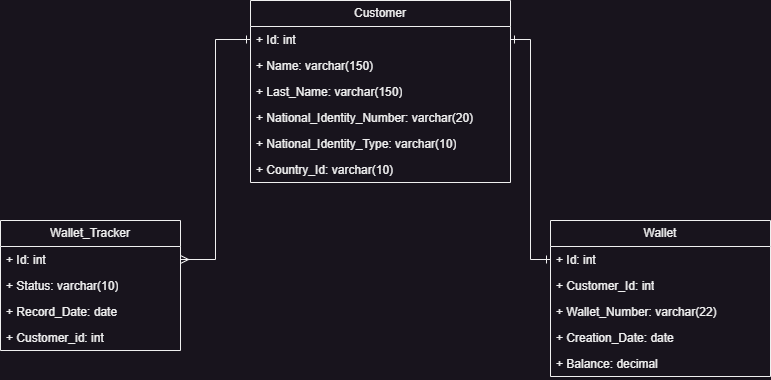
Earlier version of the draw.io export walletModel.drawio.png (Sabrina-Incinga/labora-wallet). Source tidied: cells renumbered, new cells last; positions are measured from the earlier drawing's top-left corner, leaving out a move shared by most shapes.
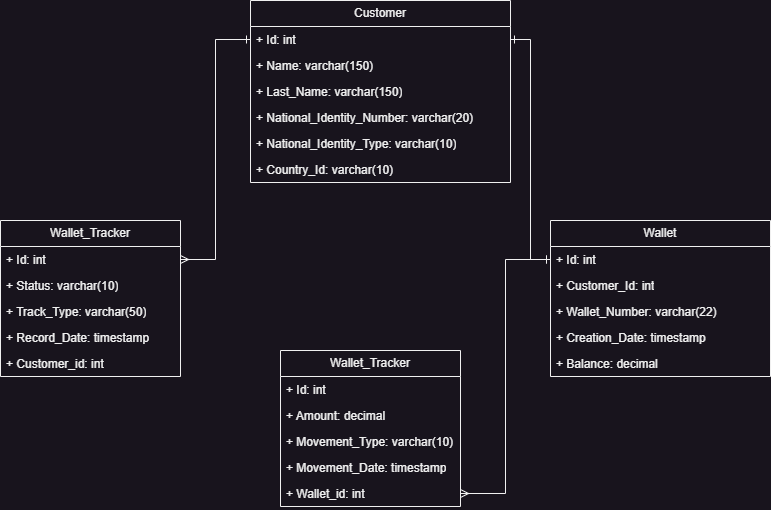
The same diagram one commit later.

Change to the diagram source:
```diff
@@ -35,14 +35,14 @@
     <mxCell id="12" value="+ Wallet_Number: varchar(22)" style="text;strokeColor=none;fillColor=none;align=left;verticalAlign=top;spacingLeft=4;spacingRight=4;overflow=hidden;whiteSpace=wrap;html=1;" parent="9" vertex="1">
       <mxGeometry y="78" width="220" height="26" as="geometry" />
     </mxCell>
-    <mxCell id="13" value="+ Creation_Date: date" style="text;strokeColor=none;fillColor=none;align=left;verticalAlign=top;spacingLeft=4;spacingRight=4;overflow=hidden;whiteSpace=wrap;html=1;" parent="9" vertex="1">
+    <mxCell id="13" value="+ Creation_Date: timestamp" style="text;strokeColor=none;fillColor=none;align=left;verticalAlign=top;spacingLeft=4;spacingRight=4;overflow=hidden;whiteSpace=wrap;html=1;" parent="9" vertex="1">
       <mxGeometry y="104" width="220" height="26" as="geometry" />
     </mxCell>
     <mxCell id="14" value="+ Balance: decimal" style="text;strokeColor=none;fillColor=none;align=left;verticalAlign=top;spacingLeft=4;spacingRight=4;overflow=hidden;whiteSpace=wrap;html=1;" parent="9" vertex="1">
       <mxGeometry y="130" width="220" height="26" as="geometry" />
     </mxCell>
     <mxCell id="15" value="Wallet_Tracker" style="swimlane;fontStyle=0;horizontal=1;startSize=26;fillColor=none;whiteSpace=wrap;html=1;" parent="1" vertex="1">
-      <mxGeometry y="220" width="180" height="130" as="geometry" />
+      <mxGeometry y="220" width="180" height="156" as="geometry" />
     </mxCell>
     <mxCell id="16" value="+ Id: int" style="text;strokeColor=none;fillColor=none;align=left;verticalAlign=top;spacingLeft=4;spacingRight=4;overflow=hidden;points=[[0,0.5],[1,0.5]];portConstraint=eastwest;whiteSpace=wrap;html=1;" parent="15" vertex="1">
       <mxGeometry y="26" width="180" height="26" as="geometry" />
@@ -50,11 +50,14 @@
     <mxCell id="17" value="+ Status: varchar(10)" style="text;strokeColor=none;fillColor=none;align=left;verticalAlign=top;spacingLeft=4;spacingRight=4;overflow=hidden;whiteSpace=wrap;html=1;" parent="15" vertex="1">
       <mxGeometry y="52" width="180" height="26" as="geometry" />
     </mxCell>
+    <mxCell id="22" value="+ Track_Type&lt;span style=&quot;background-color: initial;&quot;&gt;: varchar(50)&lt;/span&gt;" style="text;strokeColor=none;fillColor=none;align=left;verticalAlign=top;spacingLeft=4;spacingRight=4;overflow=hidden;whiteSpace=wrap;html=1;" parent="15" vertex="1">
+      <mxGeometry y="78" width="180" height="26" as="geometry" />
+    </mxCell>
-    <mxCell id="18" value="+ Record_Date: date" style="text;strokeColor=none;fillColor=none;align=left;verticalAlign=top;spacingLeft=4;spacingRight=4;overflow=hidden;whiteSpace=wrap;html=1;" parent="15" vertex="1">
-      <mxGeometry y="78" width="180" height="26" as="geometry" />
+    <mxCell id="18" value="+ Record_Date: timestamp" style="text;strokeColor=none;fillColor=none;align=left;verticalAlign=top;spacingLeft=4;spacingRight=4;overflow=hidden;whiteSpace=wrap;html=1;" parent="15" vertex="1">
+      <mxGeometry y="104" width="180" height="26" as="geometry" />
     </mxCell>
     <mxCell id="19" value="+ Customer_id: int" style="text;strokeColor=none;fillColor=none;align=left;verticalAlign=top;spacingLeft=4;spacingRight=4;overflow=hidden;whiteSpace=wrap;html=1;" parent="15" vertex="1">
-      <mxGeometry y="104" width="180" height="26" as="geometry" />
+      <mxGeometry y="130" width="180" height="26" as="geometry" />
     </mxCell>
     <mxCell id="20" style="edgeStyle=orthogonalEdgeStyle;rounded=0;jettySize=auto;html=1;startArrow=ERone;startFill=0;endArrow=ERmany;endFill=0;" parent="1" edge="1" source="3" target="16">
       <mxGeometry relative="1" as="geometry" />
@@ -62,5 +65,26 @@
     <mxCell id="21" style="edgeStyle=orthogonalEdgeStyle;rounded=0;jettySize=auto;html=1;startArrow=ERone;startFill=0;endArrow=ERone;endFill=0;" parent="1" edge="1" source="10" target="3">
       <mxGeometry relative="1" as="geometry" />
     </mxCell>
+    <mxCell id="23" value="Wallet_Tracker" style="swimlane;fontStyle=0;horizontal=1;startSize=26;fillColor=none;whiteSpace=wrap;html=1;" parent="1" vertex="1">
+      <mxGeometry x="280" y="350" width="180" height="156" as="geometry" />
+    </mxCell>
+    <mxCell id="24" value="+ Id: int" style="text;strokeColor=none;fillColor=none;align=left;verticalAlign=top;spacingLeft=4;spacingRight=4;overflow=hidden;whiteSpace=wrap;html=1;" parent="23" vertex="1">
+      <mxGeometry y="26" width="180" height="26" as="geometry" />
+    </mxCell>
+    <mxCell id="25" value="+ Amount: decimal" style="text;strokeColor=none;fillColor=none;align=left;verticalAlign=top;spacingLeft=4;spacingRight=4;overflow=hidden;whiteSpace=wrap;html=1;" parent="23" vertex="1">
+      <mxGeometry y="52" width="180" height="26" as="geometry" />
+    </mxCell>
+    <mxCell id="26" value="+ Movement_Type&lt;span style=&quot;background-color: initial;&quot;&gt;: varchar(10)&lt;/span&gt;" style="text;strokeColor=none;fillColor=none;align=left;verticalAlign=top;spacingLeft=4;spacingRight=4;overflow=hidden;whiteSpace=wrap;html=1;" parent="23" vertex="1">
+      <mxGeometry y="78" width="180" height="26" as="geometry" />
+    </mxCell>
+    <mxCell id="27" value="+ Movement_Date: timestamp" style="text;strokeColor=none;fillColor=none;align=left;verticalAlign=top;spacingLeft=4;spacingRight=4;overflow=hidden;whiteSpace=wrap;html=1;" parent="23" vertex="1">
+      <mxGeometry y="104" width="180" height="26" as="geometry" />
+    </mxCell>
+    <mxCell id="28" value="+ Wallet_id: int" style="text;strokeColor=none;fillColor=none;align=left;verticalAlign=top;spacingLeft=4;spacingRight=4;overflow=hidden;points=[[0,0.5],[1,0.5]];portConstraint=eastwest;whiteSpace=wrap;html=1;" parent="23" vertex="1">
+      <mxGeometry y="130" width="180" height="26" as="geometry" />
+    </mxCell>
+    <mxCell id="29" style="edgeStyle=orthogonalEdgeStyle;rounded=0;jettySize=auto;html=1;startArrow=ERone;startFill=0;endArrow=ERmany;endFill=0;" parent="1" edge="1" source="10" target="28">
+      <mxGeometry relative="1" as="geometry" />
+    </mxCell>
   </root>
 </mxGraphModel>
```
